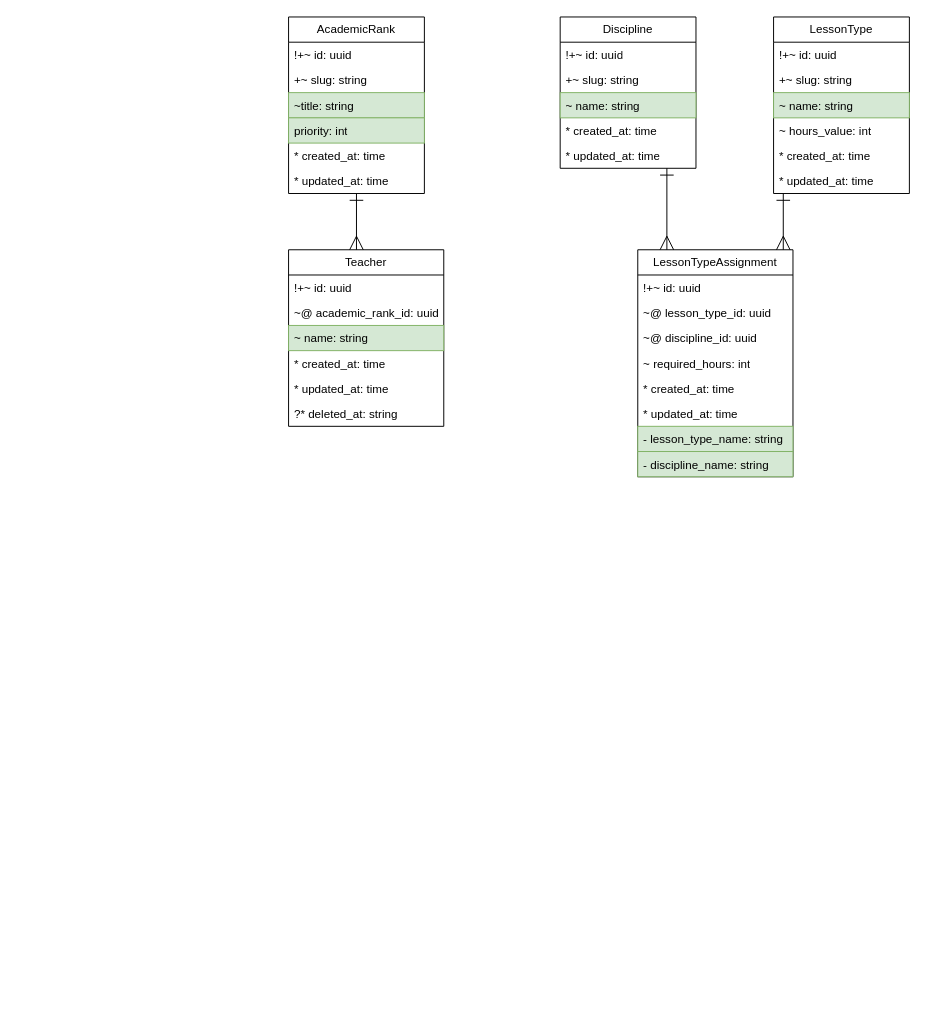
The draw.io diagram page "Schedule" (5 of 8) of docs/entity_relationship.drawio in IrusHunter/duckademic, before the edit. Source tidied: cells renumbered, new cells numbered last; positions are measured from the earlier drawing's top-left corner, leaving out a move shared by most shapes. Both pictures are drawn from the tidied source at 97%, with x=0, y=0 at pixel (288, 16).
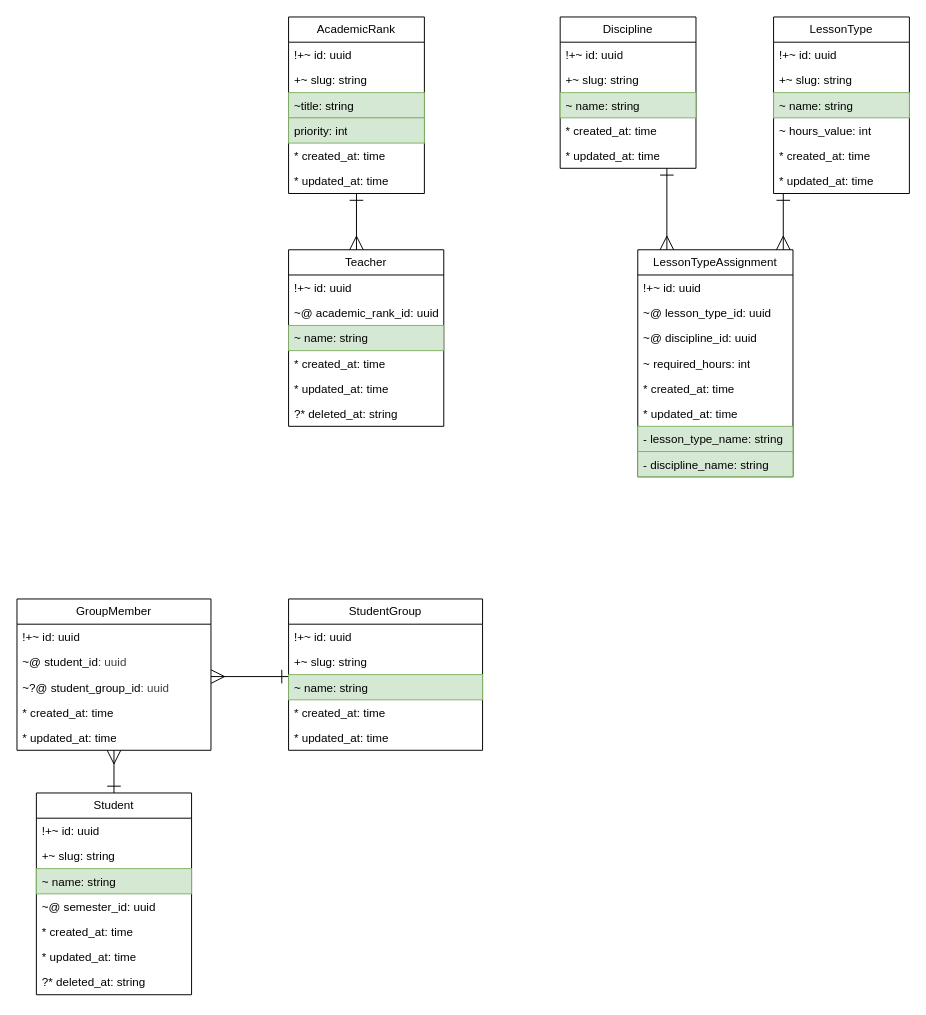
After the change.

Diff of the diagram source:
```diff
@@
+    <mxCell id="41" value="GroupMember" style="swimlane;fontStyle=0;horizontal=1;startSize=26;fillColor=none;whiteSpace=wrap;html=1;" parent="1" vertex="1">
+      <mxGeometry x="-280" y="600" width="200" height="156" as="geometry" />
+    </mxCell>
+    <mxCell id="42" value="!+~ id: uuid" style="text;strokeColor=none;fillColor=none;align=left;verticalAlign=top;spacingLeft=4;spacingRight=4;overflow=hidden;whiteSpace=wrap;html=1;" parent="41" vertex="1">
+      <mxGeometry y="26" width="200" height="26" as="geometry" />
+    </mxCell>
+    <mxCell id="43" value="~@ student_id&lt;span style=&quot;color: rgb(63, 63, 63); background-color: transparent;&quot;&gt;: uuid&lt;/span&gt;" style="text;align=left;verticalAlign=top;spacingLeft=4;spacingRight=4;overflow=hidden;whiteSpace=wrap;html=1;" parent="41" vertex="1">
+      <mxGeometry y="52" width="200" height="26" as="geometry" />
+    </mxCell>
+    <mxCell id="44" value="~?@ student_group_id&lt;span style=&quot;color: rgb(63, 63, 63); background-color: transparent;&quot;&gt;: uuid&lt;/span&gt;" style="text;align=left;verticalAlign=top;spacingLeft=4;spacingRight=4;overflow=hidden;whiteSpace=wrap;html=1;" parent="41" vertex="1">
+      <mxGeometry y="78" width="200" height="26" as="geometry" />
+    </mxCell>
+    <mxCell id="45" value="* created_at: time" style="text;strokeColor=none;fillColor=none;align=left;verticalAlign=top;spacingLeft=4;spacingRight=4;overflow=hidden;whiteSpace=wrap;html=1;" parent="41" vertex="1">
+      <mxGeometry y="104" width="200" height="26" as="geometry" />
+    </mxCell>
+    <mxCell id="46" value="* updated_at: time" style="text;strokeColor=none;fillColor=none;align=left;verticalAlign=top;spacingLeft=4;spacingRight=4;overflow=hidden;whiteSpace=wrap;html=1;" parent="41" vertex="1">
+      <mxGeometry y="130" width="200" height="26" as="geometry" />
+    </mxCell>
+    <mxCell id="47" style="edgeStyle=orthogonalEdgeStyle;html=1;startArrow=ERone;startFill=0;endArrow=ERmany;endFill=0;endSize=12;startSize=12;strokeWidth=1;rounded=0;curved=0;jumpStyle=line;" parent="1" edge="1" source="48" target="41">
+      <mxGeometry relative="1" as="geometry">
+        <Array as="points">
+          <mxPoint x="-30" y="680" />
+          <mxPoint x="-30" y="680" />
+        </Array>
+      </mxGeometry>
+    </mxCell>
+    <mxCell id="48" value="StudentGroup" style="swimlane;fontStyle=0;horizontal=1;startSize=26;fillColor=none;whiteSpace=wrap;html=1;" parent="1" vertex="1">
+      <mxGeometry y="600" width="200" height="156" as="geometry" />
+    </mxCell>
+    <mxCell id="49" value="!+~ id: uuid" style="text;strokeColor=none;fillColor=none;align=left;verticalAlign=top;spacingLeft=4;spacingRight=4;overflow=hidden;whiteSpace=wrap;html=1;" parent="48" vertex="1">
+      <mxGeometry y="26" width="200" height="26" as="geometry" />
+    </mxCell>
+    <mxCell id="50" value="+~ slug: string" style="text;strokeColor=none;fillColor=none;align=left;verticalAlign=top;spacingLeft=4;spacingRight=4;overflow=hidden;whiteSpace=wrap;html=1;" parent="48" vertex="1">
+      <mxGeometry y="52" width="200" height="26" as="geometry" />
+    </mxCell>
+    <mxCell id="51" value="~ name: string" style="text;strokeColor=#82b366;fillColor=#d5e8d4;align=left;verticalAlign=top;spacingLeft=4;spacingRight=4;overflow=hidden;whiteSpace=wrap;html=1;" parent="48" vertex="1">
+      <mxGeometry y="78" width="200" height="26" as="geometry" />
+    </mxCell>
+    <mxCell id="52" value="* created_at: time" style="text;strokeColor=none;fillColor=none;align=left;verticalAlign=top;spacingLeft=4;spacingRight=4;overflow=hidden;whiteSpace=wrap;html=1;" parent="48" vertex="1">
+      <mxGeometry y="104" width="200" height="26" as="geometry" />
+    </mxCell>
+    <mxCell id="53" value="* updated_at: time" style="text;strokeColor=none;fillColor=none;align=left;verticalAlign=top;spacingLeft=4;spacingRight=4;overflow=hidden;whiteSpace=wrap;html=1;" parent="48" vertex="1">
+      <mxGeometry y="130" width="200" height="26" as="geometry" />
+    </mxCell>
+    <mxCell id="54" style="edgeStyle=orthogonalEdgeStyle;html=1;startArrow=ERone;startFill=0;endArrow=ERmany;endFill=0;endSize=12;startSize=12;strokeWidth=1;rounded=0;curved=0;jumpStyle=line;" parent="1" edge="1" source="55" target="41">
+      <mxGeometry relative="1" as="geometry" />
+    </mxCell>
+    <mxCell id="55" value="Student" style="swimlane;fontStyle=0;horizontal=1;startSize=26;fillColor=none;whiteSpace=wrap;html=1;" parent="1" vertex="1">
+      <mxGeometry x="-260" y="800" width="160" height="208" as="geometry" />
+    </mxCell>
+    <mxCell id="56" value="!+~ id: uuid" style="text;strokeColor=none;fillColor=none;align=left;verticalAlign=top;spacingLeft=4;spacingRight=4;overflow=hidden;whiteSpace=wrap;html=1;" parent="55" vertex="1">
+      <mxGeometry y="26" width="160" height="26" as="geometry" />
+    </mxCell>
+    <mxCell id="57" value="+~ slug: string" style="text;strokeColor=none;fillColor=none;align=left;verticalAlign=top;spacingLeft=4;spacingRight=4;overflow=hidden;whiteSpace=wrap;html=1;" parent="55" vertex="1">
+      <mxGeometry y="52" width="160" height="26" as="geometry" />
+    </mxCell>
+    <mxCell id="58" value="~ name: string" style="text;strokeColor=#82b366;fillColor=#d5e8d4;align=left;verticalAlign=top;spacingLeft=4;spacingRight=4;overflow=hidden;whiteSpace=wrap;html=1;" parent="55" vertex="1">
+      <mxGeometry y="78" width="160" height="26" as="geometry" />
+    </mxCell>
+    <mxCell id="59" value="~@ semester_id: uuid" style="text;align=left;verticalAlign=top;spacingLeft=4;spacingRight=4;overflow=hidden;whiteSpace=wrap;html=1;" parent="55" vertex="1">
+      <mxGeometry y="104" width="160" height="26" as="geometry" />
+    </mxCell>
+    <mxCell id="60" value="* created_at: time" style="text;strokeColor=none;fillColor=none;align=left;verticalAlign=top;spacingLeft=4;spacingRight=4;overflow=hidden;whiteSpace=wrap;html=1;" parent="55" vertex="1">
+      <mxGeometry y="130" width="160" height="26" as="geometry" />
+    </mxCell>
+    <mxCell id="61" value="* updated_at: time" style="text;strokeColor=none;fillColor=none;align=left;verticalAlign=top;spacingLeft=4;spacingRight=4;overflow=hidden;whiteSpace=wrap;html=1;" parent="55" vertex="1">
+      <mxGeometry y="156" width="160" height="26" as="geometry" />
+    </mxCell>
+    <mxCell id="62" value="?* deleted_at: string" style="text;strokeColor=none;fillColor=none;align=left;verticalAlign=top;spacingLeft=4;spacingRight=4;overflow=hidden;whiteSpace=wrap;html=1;" parent="55" vertex="1">
+      <mxGeometry y="182" width="160" height="26" as="geometry" />
+    </mxCell>
```
